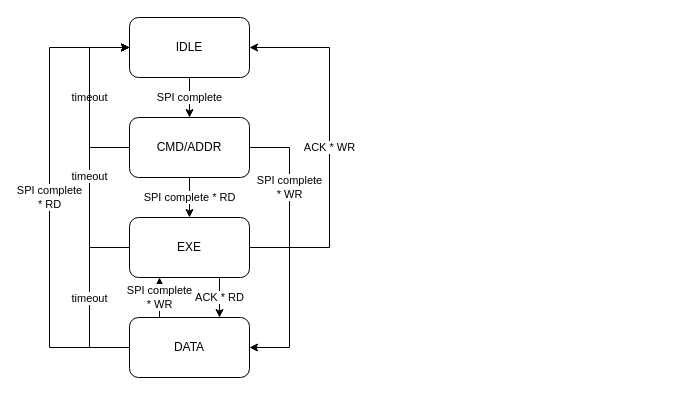
Before: page "SPI FSM" (2 of 3) of 04-design/MIDI Router HDL Design.drawio in kjanderson/MIDI-Router, a draw.io diagram. Source tidied: cells renumbered, new cells numbered last; positions are measured from the earlier drawing's top-left corner, leaving out a move shared by most shapes. Both pictures are drawn from the tidied source at 100%, with x=0, y=0 at pixel (49, 17).
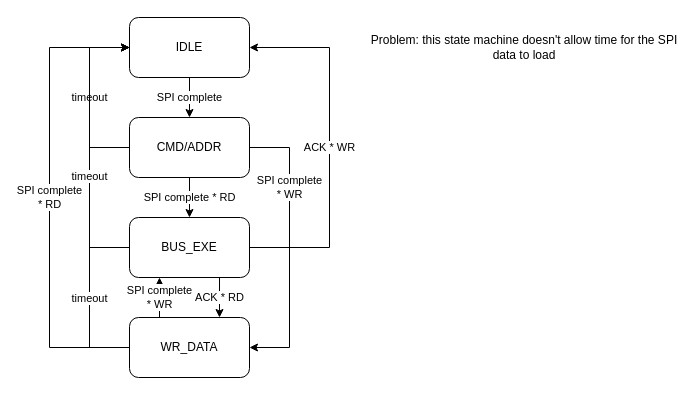
The same page after the edit.

What changed in the source:
```diff
@@
-    <mxCell id="11" value="DATA" style="rounded=1;whiteSpace=wrap;html=1;" parent="1" vertex="1">
+    <mxCell id="11" value="WR_DATA" style="rounded=1;whiteSpace=wrap;html=1;" parent="1" vertex="1">
       <mxGeometry x="80" y="300" width="120" height="60" as="geometry" />
     </mxCell>
@@
-    <mxCell id="15" value="EXE" style="rounded=1;whiteSpace=wrap;html=1;" parent="1" vertex="1">
+    <mxCell id="15" value="BUS_EXE" style="rounded=1;whiteSpace=wrap;html=1;" parent="1" vertex="1">
       <mxGeometry x="80" y="200" width="120" height="60" as="geometry" />
     </mxCell>
+    <mxCell id="16" value="Problem: this state machine doesn't allow time for the SPI data to load" style="text;html=1;strokeColor=none;fillColor=none;align=center;verticalAlign=middle;whiteSpace=wrap;rounded=0;" parent="1" vertex="1">
+      <mxGeometry x="320" y="20" width="310" height="20" as="geometry" />
+    </mxCell>
```
